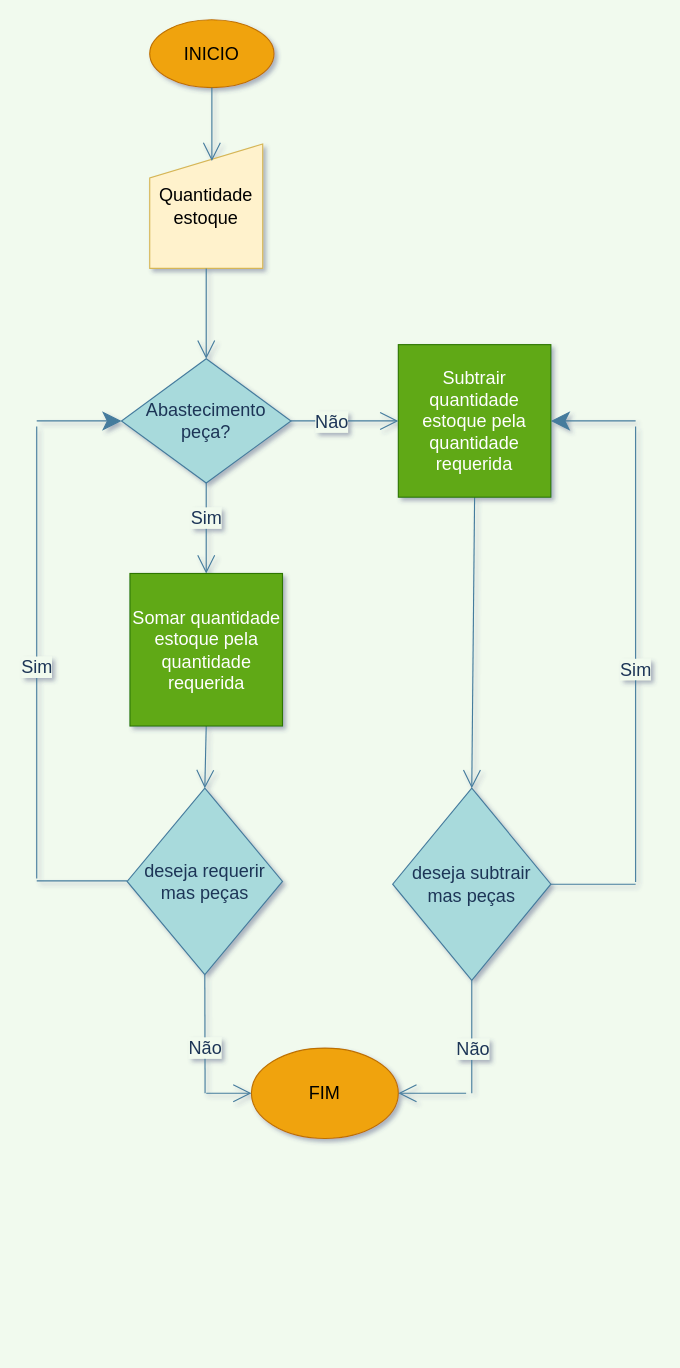
Before: Diagrama sem nome.drawio in silvatavares/senai_versoes_git, a draw.io diagram. Source tidied: cells renumbered, new cells numbered last; positions are measured from the earlier drawing's top-left corner, leaving out a move shared by most shapes. Both pictures are drawn from the tidied source at 113%, with x=0, y=0 at pixel (36, 19).
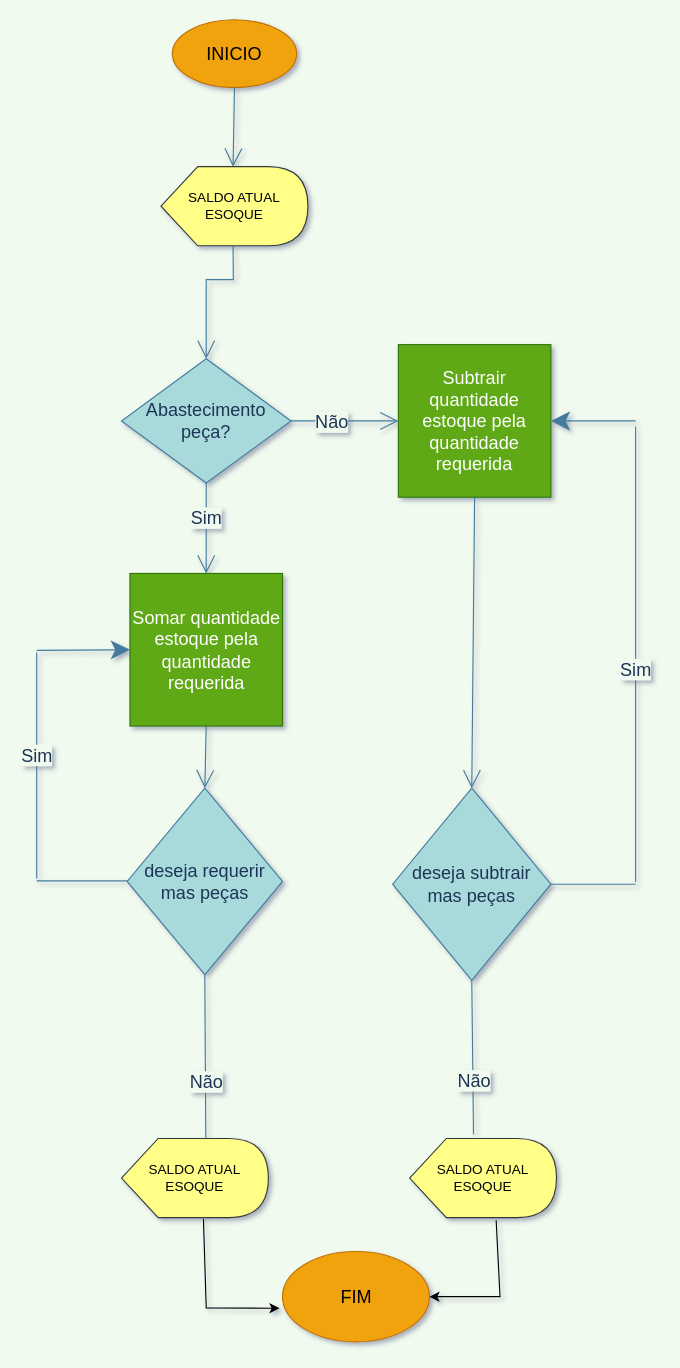
The same diagram, later.

Unchanged cells that the change refers to:
```xml
<mxCell id="8" value="Abastecimento peça?" style="rhombus;whiteSpace=wrap;html=1;fontSize=16;fillColor=#A8DADC;strokeColor=#457B9D;fontColor=#1D3557;rounded=0;" parent="1" vertex="1">
  <mxGeometry x="75" y="300" width="150" height="110" as="geometry" />
</mxCell>
<mxCell id="15" value="Somar quantidade estoque pela quantidade requerida" style="whiteSpace=wrap;html=1;fontSize=16;fillColor=#60a917;strokeColor=#2D7600;rounded=0;fontColor=#ffffff;" parent="1" vertex="1">
  <mxGeometry x="82.5" y="490" width="135" height="135" as="geometry" />
</mxCell>
<mxCell id="17" value="deseja requerir mas peças" style="rhombus;whiteSpace=wrap;html=1;fontSize=16;fillColor=#A8DADC;strokeColor=#457B9D;fontColor=#1D3557;rounded=0;" parent="1" vertex="1">
  <mxGeometry x="80" y="680" width="137.5" height="165" as="geometry" />
</mxCell>
<mxCell id="19" value="deseja subtrair mas peças" style="rhombus;whiteSpace=wrap;html=1;fontSize=16;fillColor=#A8DADC;strokeColor=#457B9D;fontColor=#1D3557;rounded=0;" parent="1" vertex="1">
  <mxGeometry x="315" y="680" width="140" height="170" as="geometry" />
</mxCell>
```

What changed in the source:
```diff
@@
     <mxCell id="2" value="INICIO" style="ellipse;whiteSpace=wrap;html=1;fontSize=16;fillColor=#f0a30a;strokeColor=#BD7000;fontColor=#000000;rounded=0;" parent="1" vertex="1">
-      <mxGeometry x="100" width="110" height="60" as="geometry" />
+      <mxGeometry x="120" width="110" height="60" as="geometry" />
     </mxCell>
     <mxCell id="3" value="FIM" style="ellipse;whiteSpace=wrap;html=1;fontSize=16;fillColor=#f0a30a;strokeColor=#BD7000;fontColor=#000000;rounded=0;" parent="1" vertex="1">
-      <mxGeometry x="190" y="910" width="130" height="80" as="geometry" />
+      <mxGeometry x="217.5" y="1090" width="130" height="80" as="geometry" />
     </mxCell>
-    <mxCell id="4" value="Quantidade estoque" style="shape=manualInput;whiteSpace=wrap;html=1;fontSize=16;fillColor=#fff2cc;strokeColor=#d6b656;rounded=0;" parent="1" vertex="1">
-      <mxGeometry x="100" y="110" width="100" height="110" as="geometry" />
-    </mxCell>
-    <mxCell id="5" style="edgeStyle=none;jettySize=auto;html=1;rounded=0;fontSize=12;endArrow=open;startSize=14;endSize=14;sourcePerimeterSpacing=8;targetPerimeterSpacing=8;exitX=0.5;exitY=1;exitDx=0;exitDy=0;entryX=0.55;entryY=0.136;entryDx=0;entryDy=0;entryPerimeter=0;strokeColor=#457B9D;fontColor=#1D3557;labelBackgroundColor=#F1FAEE;" parent="1" edge="1" source="2" target="4">
+    <mxCell id="5" style="edgeStyle=none;jettySize=auto;html=1;rounded=0;fontSize=12;endArrow=open;startSize=14;endSize=14;sourcePerimeterSpacing=8;targetPerimeterSpacing=8;exitX=0.5;exitY=1;exitDx=0;exitDy=0;entryX=0;entryY=0;entryDx=63.75;entryDy=0;entryPerimeter=0;strokeColor=#457B9D;fontColor=#1D3557;labelBackgroundColor=#F1FAEE;" parent="1" edge="1" source="2" target="36">
       <mxGeometry relative="1" as="geometry" />
     </mxCell>
@@
-    <mxCell id="13" style="edgeStyle=none;jettySize=auto;html=1;rounded=0;fontSize=12;endArrow=open;startSize=14;endSize=14;sourcePerimeterSpacing=8;targetPerimeterSpacing=8;exitX=0.5;exitY=1;exitDx=0;exitDy=0;entryX=0.5;entryY=0;entryDx=0;entryDy=0;strokeColor=#457B9D;fontColor=#1D3557;labelBackgroundColor=#F1FAEE;" parent="1" edge="1" source="4" target="8">
-      <mxGeometry relative="1" as="geometry" />
+    <mxCell id="13" style="edgeStyle=none;jettySize=auto;html=1;rounded=0;fontSize=12;endArrow=open;startSize=14;endSize=14;sourcePerimeterSpacing=8;targetPerimeterSpacing=8;exitX=0;exitY=0;exitDx=63.75;exitDy=70;entryX=0.5;entryY=0;entryDx=0;entryDy=0;strokeColor=#457B9D;fontColor=#1D3557;labelBackgroundColor=#F1FAEE;exitPerimeter=0;" parent="1" edge="1" source="36" target="8">
+      <mxGeometry relative="1" as="geometry">
+        <Array as="points">
+          <mxPoint x="174" y="230" />
+          <mxPoint x="150" y="230" />
+        </Array>
+      </mxGeometry>
     </mxCell>
@@
-    <mxCell id="16" style="edgeStyle=none;rounded=0;jettySize=auto;html=1;entryX=0;entryY=0.5;entryDx=0;entryDy=0;fontSize=12;endArrow=open;startSize=14;endSize=14;sourcePerimeterSpacing=8;targetPerimeterSpacing=8;strokeColor=#457B9D;fontColor=#1D3557;labelBackgroundColor=#F1FAEE;" parent="1" edge="1" target="3">
-      <mxGeometry relative="1" as="geometry">
-        <mxPoint x="150" y="950" as="sourcePoint" />
-      </mxGeometry>
-    </mxCell>
@@
-    <mxCell id="18" style="edgeStyle=none;rounded=0;jettySize=auto;html=1;entryX=1;entryY=0.5;entryDx=0;entryDy=0;fontSize=12;endArrow=open;startSize=14;endSize=14;sourcePerimeterSpacing=8;targetPerimeterSpacing=8;strokeColor=#457B9D;fontColor=#1D3557;labelBackgroundColor=#F1FAEE;" parent="1" edge="1" target="3">
-      <mxGeometry relative="1" as="geometry">
-        <mxPoint x="380" y="950" as="sourcePoint" />
-      </mxGeometry>
-    </mxCell>
@@
     <mxCell id="24" style="endArrow=none;html=1;rounded=0;fontSize=12;startSize=14;endSize=14;sourcePerimeterSpacing=8;targetPerimeterSpacing=8;strokeColor=#457B9D;fontColor=#1D3557;labelBackgroundColor=#F1FAEE;" parent="1" edge="1">
       <mxGeometry relative="1" as="geometry">
         <mxPoint y="760" as="sourcePoint" />
-        <mxPoint y="360" as="targetPoint" />
+        <mxPoint y="560" as="targetPoint" />
       </mxGeometry>
     </mxCell>
     <mxCell id="25" value="Sim" style="edgeLabel;html=1;align=center;verticalAlign=middle;fontSize=16;fontColor=#1D3557;rounded=0;labelBackgroundColor=#F1FAEE;" parent="24" vertex="1">
-      <mxGeometry x="-0.06" y="1" relative="1" as="geometry" />
+      <mxGeometry x="-0.06" y="1" relative="1" as="geometry">
+        <mxPoint y="-16" as="offset" />
+      </mxGeometry>
     </mxCell>
@@
-    <mxCell id="27" style="endArrow=classic;html=1;rounded=0;fontSize=12;startSize=14;endSize=14;sourcePerimeterSpacing=8;targetPerimeterSpacing=8;entryX=0;entryY=0.5;entryDx=0;entryDy=0;strokeColor=#457B9D;fontColor=#1D3557;labelBackgroundColor=#F1FAEE;" parent="1" edge="1" target="8">
+    <mxCell id="27" style="endArrow=classic;html=1;rounded=0;fontSize=12;startSize=14;endSize=14;sourcePerimeterSpacing=8;targetPerimeterSpacing=8;entryX=0;entryY=0.5;entryDx=0;entryDy=0;strokeColor=#457B9D;fontColor=#1D3557;labelBackgroundColor=#F1FAEE;" parent="1" edge="1" target="15">
       <mxGeometry relative="1" as="geometry">
-        <mxPoint y="355" as="sourcePoint" />
+        <mxPoint y="558" as="sourcePoint" />
       </mxGeometry>
     </mxCell>
-    <mxCell id="28" style="endArrow=none;html=1;rounded=0;fontSize=12;startSize=14;endSize=14;sourcePerimeterSpacing=8;targetPerimeterSpacing=8;entryX=0.5;entryY=1;entryDx=0;entryDy=0;strokeColor=#457B9D;fontColor=#1D3557;labelBackgroundColor=#F1FAEE;" parent="1" edge="1" target="19">
-      <mxGeometry relative="1" as="geometry">
-        <mxPoint x="385" y="950" as="sourcePoint" />
-      </mxGeometry>
+    <mxCell id="28" style="endArrow=none;html=1;rounded=0;fontSize=12;startSize=14;endSize=14;sourcePerimeterSpacing=8;targetPerimeterSpacing=8;entryX=0.5;entryY=1;entryDx=0;entryDy=0;strokeColor=#457B9D;fontColor=#1D3557;labelBackgroundColor=#F1FAEE;exitX=0.435;exitY=-0.05;exitDx=0;exitDy=0;exitPerimeter=0;" parent="1" edge="1" source="33" target="19">
+      <mxGeometry relative="1" as="geometry" />
     </mxCell>
@@
-    <mxCell id="30" style="endArrow=none;html=1;rounded=0;fontSize=12;startSize=14;endSize=14;sourcePerimeterSpacing=8;targetPerimeterSpacing=8;exitX=0.5;exitY=1;exitDx=0;exitDy=0;strokeColor=#457B9D;fontColor=#1D3557;labelBackgroundColor=#F1FAEE;" parent="1" edge="1" source="17">
-      <mxGeometry relative="1" as="geometry">
-        <mxPoint x="149" y="950" as="targetPoint" />
-      </mxGeometry>
+    <mxCell id="30" style="endArrow=none;html=1;rounded=0;fontSize=12;startSize=14;endSize=14;sourcePerimeterSpacing=8;targetPerimeterSpacing=8;exitX=0.5;exitY=1;exitDx=0;exitDy=0;strokeColor=#457B9D;fontColor=#1D3557;labelBackgroundColor=#F1FAEE;entryX=0.574;entryY=-0.005;entryDx=0;entryDy=0;entryPerimeter=0;" parent="1" edge="1" source="17" target="32">
+      <mxGeometry relative="1" as="geometry" />
     </mxCell>
@@
+    <mxCell id="32" value="SALDO ATUAL &lt;br&gt;ESOQUE" style="shape=display;whiteSpace=wrap;html=1;fillColor=#ffff88;strokeColor=#36393d;" parent="1" vertex="1">
+      <mxGeometry x="75" y="990" width="130" height="70" as="geometry" />
+    </mxCell>
+    <mxCell id="33" value="SALDO ATUAL &lt;br&gt;ESOQUE" style="shape=display;whiteSpace=wrap;html=1;fillColor=#ffff88;strokeColor=#36393d;" parent="1" vertex="1">
+      <mxGeometry x="330" y="990" width="130" height="70" as="geometry" />
+    </mxCell>
+    <mxCell id="34" style="endArrow=classic;html=1;rounded=0;exitX=0.558;exitY=1.018;exitDx=0;exitDy=0;exitPerimeter=0;entryX=-0.02;entryY=0.628;entryDx=0;entryDy=0;entryPerimeter=0;" parent="1" edge="1" source="32" target="3">
+      <mxGeometry relative="1" as="geometry">
+        <Array as="points">
+          <mxPoint x="150" y="1140" />
+        </Array>
+      </mxGeometry>
+    </mxCell>
+    <mxCell id="35" style="endArrow=classic;html=1;rounded=0;entryX=1;entryY=0.5;entryDx=0;entryDy=0;exitX=0.589;exitY=1.033;exitDx=0;exitDy=0;exitPerimeter=0;" parent="1" edge="1" source="33" target="3">
+      <mxGeometry relative="1" as="geometry">
+        <Array as="points">
+          <mxPoint x="410" y="1130" />
+        </Array>
+      </mxGeometry>
+    </mxCell>
+    <mxCell id="36" value="SALDO ATUAL &lt;br&gt;ESOQUE" style="shape=display;whiteSpace=wrap;html=1;fillColor=#ffff88;strokeColor=#36393d;" parent="1" vertex="1">
+      <mxGeometry x="110" y="130" width="130" height="70" as="geometry" />
+    </mxCell>
```
